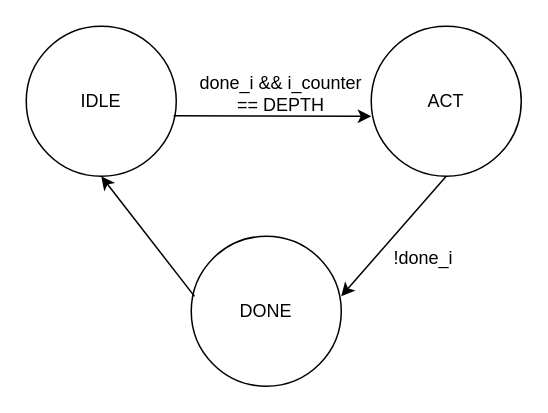
Before: draw/PreparationModules/LineBuffer_FSM.drawio in Hieuueihm/Thesis, a draw.io diagram. Source tidied: cells renumbered, new cells numbered last; positions are measured from the earlier drawing's top-left corner, leaving out a move shared by most shapes. Both pictures are drawn from the tidied source at 150%, with x=0, y=0 at pixel (26, 26).
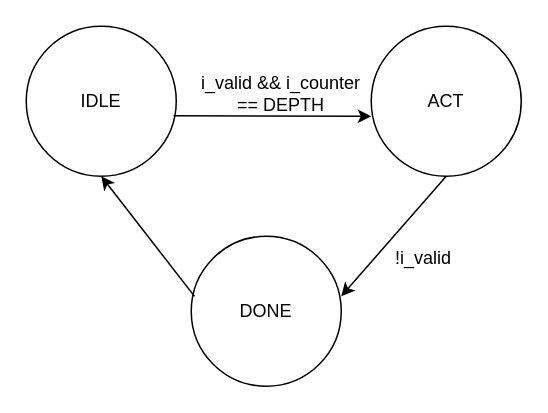
Above is the later version.

Diff of the diagram source:
```diff
@@
 <mxGraphModel>
   <root>
     <mxCell id="0" />
     <mxCell id="1" parent="0" />
     <mxCell id="2" value="IDLE" style="ellipse;whiteSpace=wrap;html=1;" parent="1" vertex="1">
       <mxGeometry width="100" height="100" as="geometry" />
     </mxCell>
     <mxCell id="3" value="ACT" style="ellipse;whiteSpace=wrap;html=1;" parent="1" vertex="1">
       <mxGeometry x="230" width="100" height="100" as="geometry" />
     </mxCell>
     <mxCell id="4" value="DONE" style="ellipse;whiteSpace=wrap;html=1;" parent="1" vertex="1">
       <mxGeometry x="110" y="140" width="100" height="100" as="geometry" />
     </mxCell>
     <mxCell id="5" style="endArrow=classic;html=1;rounded=0;exitX=0.982;exitY=0.597;exitDx=0;exitDy=0;exitPerimeter=0;" parent="1" edge="1" source="2">
       <mxGeometry relative="1" as="geometry">
         <mxPoint x="230" y="60" as="targetPoint" />
       </mxGeometry>
     </mxCell>
-    <mxCell id="6" value="done_i &amp;amp;&amp;amp; i_counter == DEPTH" style="text;html=1;align=center;verticalAlign=middle;whiteSpace=wrap;rounded=0;" parent="1" vertex="1">
+    <mxCell id="6" value="i_valid &amp;amp;&amp;amp; i_counter == DEPTH" style="text;html=1;align=center;verticalAlign=middle;whiteSpace=wrap;rounded=0;" parent="1" vertex="1">
       <mxGeometry x="110" y="30" width="120" height="30" as="geometry" />
     </mxCell>
     <mxCell id="7" style="endArrow=classic;html=1;rounded=0;exitX=0.5;exitY=1;exitDx=0;exitDy=0;entryX=1;entryY=0.4;entryDx=0;entryDy=0;entryPerimeter=0;" parent="1" edge="1" source="3" target="4">
       <mxGeometry relative="1" as="geometry" />
     </mxCell>
     <mxCell id="8" style="endArrow=classic;html=1;rounded=0;exitX=0.022;exitY=0.401;exitDx=0;exitDy=0;entryX=0.5;entryY=1;entryDx=0;entryDy=0;exitPerimeter=0;" parent="1" edge="1" source="4" target="2">
       <mxGeometry relative="1" as="geometry" />
     </mxCell>
-    <mxCell id="9" value="!done_i" style="text;html=1;align=center;verticalAlign=middle;whiteSpace=wrap;rounded=0;" parent="1" vertex="1">
+    <mxCell id="9" value="!i_valid" style="text;html=1;align=center;verticalAlign=middle;whiteSpace=wrap;rounded=0;" parent="1" vertex="1">
       <mxGeometry x="235" y="140" width="60" height="30" as="geometry" />
     </mxCell>
   </root>
 </mxGraphModel>
```
